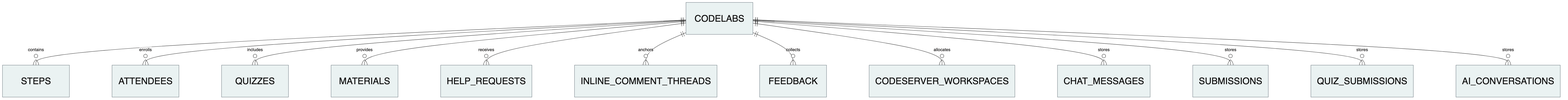
The Mermaid diagram paper/arxiv/figures/fig4-db-core.png in JAICHANGPARK/open-codelabs, before a commit. Its source is kept beside it as paper/arxiv/figures/fig4-db-core.mmd. Its diagram source:
```mermaid
%%{init: {
  "theme": "base",
  "themeVariables": {
    "fontSize": "30px",
    "fontFamily": "Helvetica",
    "primaryTextColor": "#111111",
    "lineColor": "#222222",
    "primaryColor": "#EAF2F2",
    "primaryBorderColor": "#5E6B73"
  },
  "er": {
    "layoutDirection": "TB",
    "minEntityWidth": 220,
    "minEntityHeight": 70
  }
}}%%
erDiagram
  CODELABS ||--o{ STEPS : contains
  CODELABS ||--o{ ATTENDEES : enrolls
  CODELABS ||--o{ QUIZZES : includes
  CODELABS ||--o{ MATERIALS : provides
  CODELABS ||--o{ HELP_REQUESTS : receives
  CODELABS ||--o{ INLINE_COMMENT_THREADS : anchors
  CODELABS ||--o{ FEEDBACK : collects
  CODELABS ||--o{ CODESERVER_WORKSPACES : allocates
  CODELABS ||--o{ CHAT_MESSAGES : stores
  CODELABS ||--o{ SUBMISSIONS : stores
  CODELABS ||--o{ QUIZ_SUBMISSIONS : stores
  CODELABS ||--o{ AI_CONVERSATIONS : stores
```
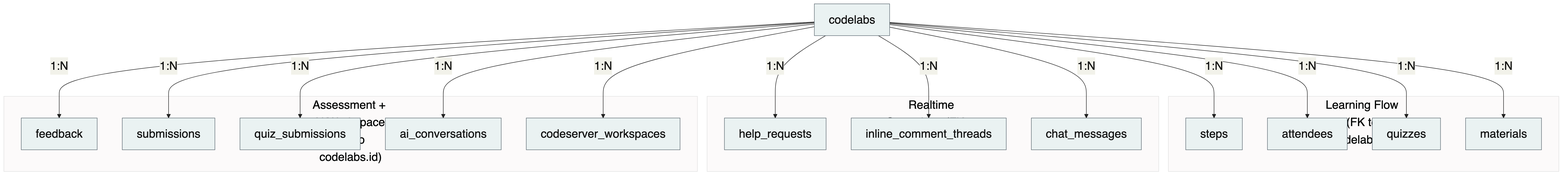
Later version of the same file.

What changed in the source:
```diff
@@ -1,29 +1,57 @@
 %%{init: {
   "theme": "base",
   "themeVariables": {
-    "fontSize": "30px",
+    "fontSize": "24px",
     "fontFamily": "Helvetica",
     "primaryTextColor": "#111111",
     "lineColor": "#222222",
     "primaryColor": "#EAF2F2",
     "primaryBorderColor": "#5E6B73"
   },
-  "er": {
-    "layoutDirection": "TB",
-    "minEntityWidth": 220,
-    "minEntityHeight": 70
+  "flowchart": {
+    "nodeSpacing": 52,
+    "rankSpacing": 90,
+    "curve": "basis"
   }
 }}%%
-erDiagram
-  CODELABS ||--o{ STEPS : contains
-  CODELABS ||--o{ ATTENDEES : enrolls
-  CODELABS ||--o{ QUIZZES : includes
-  CODELABS ||--o{ MATERIALS : provides
-  CODELABS ||--o{ HELP_REQUESTS : receives
-  CODELABS ||--o{ INLINE_COMMENT_THREADS : anchors
-  CODELABS ||--o{ FEEDBACK : collects
-  CODELABS ||--o{ CODESERVER_WORKSPACES : allocates
-  CODELABS ||--o{ CHAT_MESSAGES : stores
-  CODELABS ||--o{ SUBMISSIONS : stores
-  CODELABS ||--o{ QUIZ_SUBMISSIONS : stores
-  CODELABS ||--o{ AI_CONVERSATIONS : stores
+flowchart TB
+  C["codelabs"]
+
+  subgraph L["Learning Flow (FK to codelabs.id)"]
+    direction LR
+    S["steps"]
+    AT["attendees"]
+    Q["quizzes"]
+    M["materials"]
+  end
+
+  subgraph R["Realtime Operations (FK to codelabs.id)"]
+    direction LR
+    H["help_requests"]
+    I["inline_comment_threads"]
+    CH["chat_messages"]
+  end
+
+  subgraph A["Assessment + AI/Workspace (FK to codelabs.id)"]
+    direction LR
+    F["feedback"]
+    SUB["submissions"]
+    QS["quiz_submissions"]
+    AI["ai_conversations"]
+    CS["codeserver_workspaces"]
+  end
+
+  C -->|"1:N"| S
+  C -->|"1:N"| AT
+  C -->|"1:N"| Q
+  C -->|"1:N"| M
+
+  C -->|"1:N"| H
+  C -->|"1:N"| I
+  C -->|"1:N"| CH
+
+  C -->|"1:N"| F
+  C -->|"1:N"| SUB
+  C -->|"1:N"| QS
+  C -->|"1:N"| AI
+  C -->|"1:N"| CS
```
